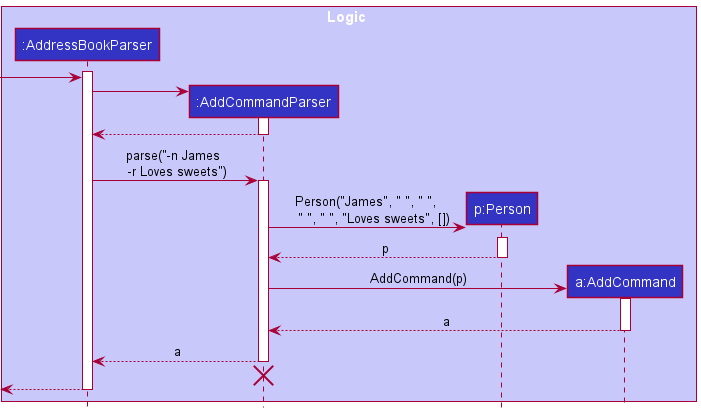
Before: docs/images/AddSequenceDiagram2.png, a diagram exported from PlantUML (nus-cs2103-AY2021S2/tp). The source it was exported from:
```plantuml
@startuml
!include style.puml

box Logic LOGIC_COLOR_T1
participant ":AddressBookParser" as AddressBookParser LOGIC_COLOR
participant ":AddCommandParser" as AddCommandParser LOGIC_COLOR
participant "p:Person" as Person LOGIC_COLOR
participant "a:AddCommand" as AddCommand LOGIC_COLOR

end box
activate AddressBookParser

-> AddressBookParser

create AddCommandParser
AddressBookParser -> AddCommandParser
activate AddCommandParser

AddCommandParser --> AddressBookParser
deactivate AddCommandParser

AddressBookParser -> AddCommandParser : parse("-n James \n -r Loves sweets")
activate AddCommandParser

create Person
AddCommandParser -> Person: Person("James", " ", " ", \n   " ", " ", "Loves sweets", [])
activate Person

Person --> AddCommandParser: p
deactivate Person

create AddCommand
AddCommandParser -> AddCommand: AddCommand(p)
activate AddCommand

AddCommand --> AddCommandParser : a
deactivate AddCommand

AddCommandParser --> AddressBookParser : a
deactivate AddCommandParser
AddCommandParser -[hidden]-> AddressBookParser
destroy AddCommandParser

<-- AddressBookParser
deactivate AddressBookParser



@enduml
```
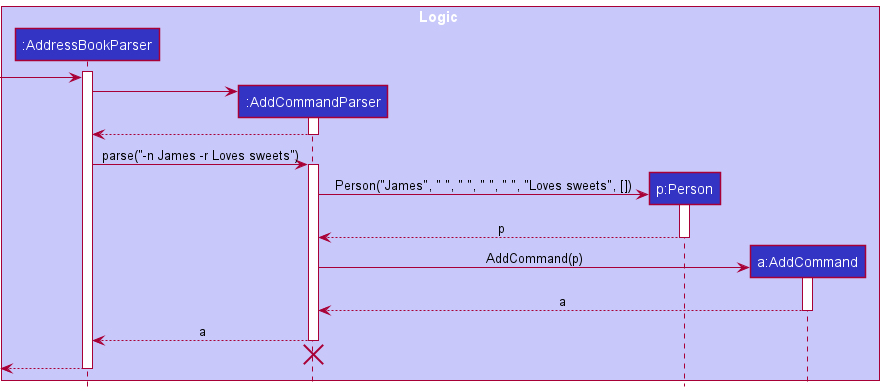
After the commit.

The edit, as a diff of the source:
```diff
@@ -19,12 +19,14 @@
 AddCommandParser --> AddressBookParser
 deactivate AddCommandParser
 
-AddressBookParser -> AddCommandParser : parse("-n James \n -r Loves sweets")
+AddressBookParser -> AddCommandParser : parse("-n James -r Loves sweets")
 activate AddCommandParser
 
+
 create Person
-AddCommandParser -> Person: Person("James", " ", " ", \n   " ", " ", "Loves sweets", [])
+AddCommandParser -> Person: Person("James", " ", " ", " ", " ", "Loves sweets", [])
 activate Person
+
 
 Person --> AddCommandParser: p
 deactivate Person
```
